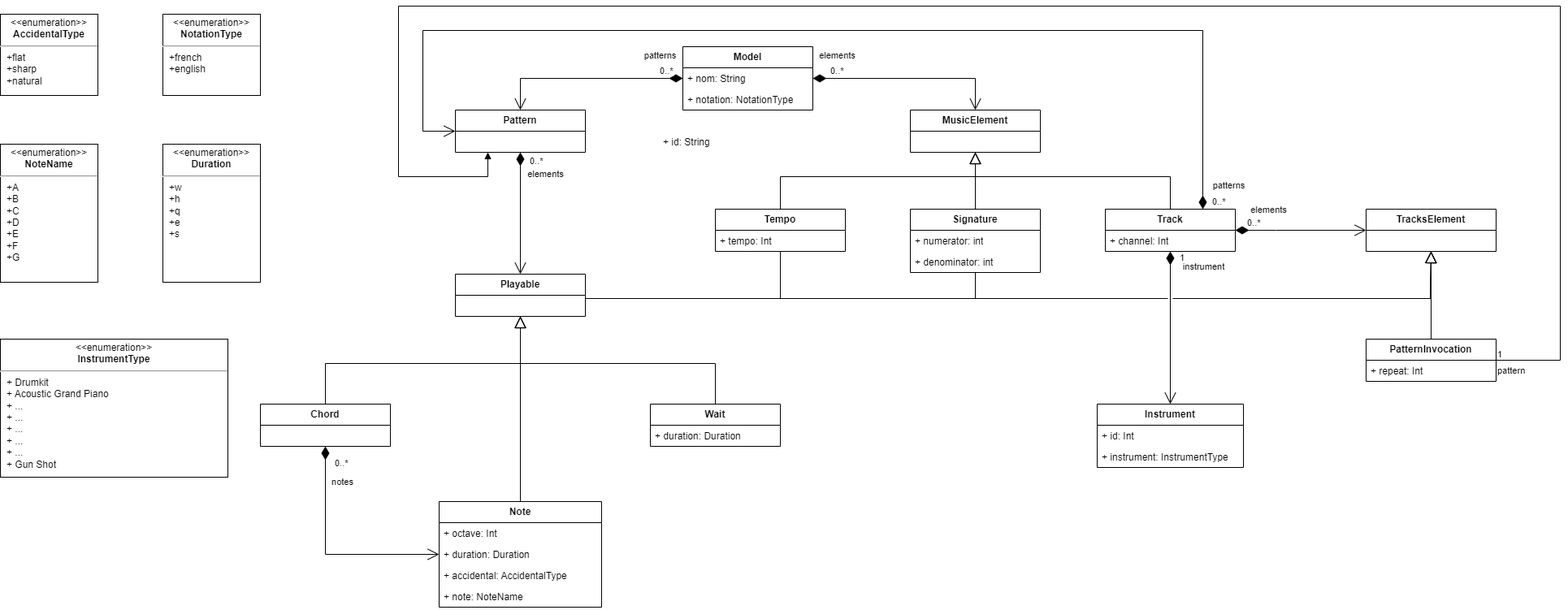
The draw.io diagram docs/domain_model.png in ThomasFarineau/pns-si5-dsl-lab2-desolation, before a commit. Source tidied: cells renumbered, new cells last; positions are measured from the earlier drawing's top-left corner, leaving out a move shared by most shapes.
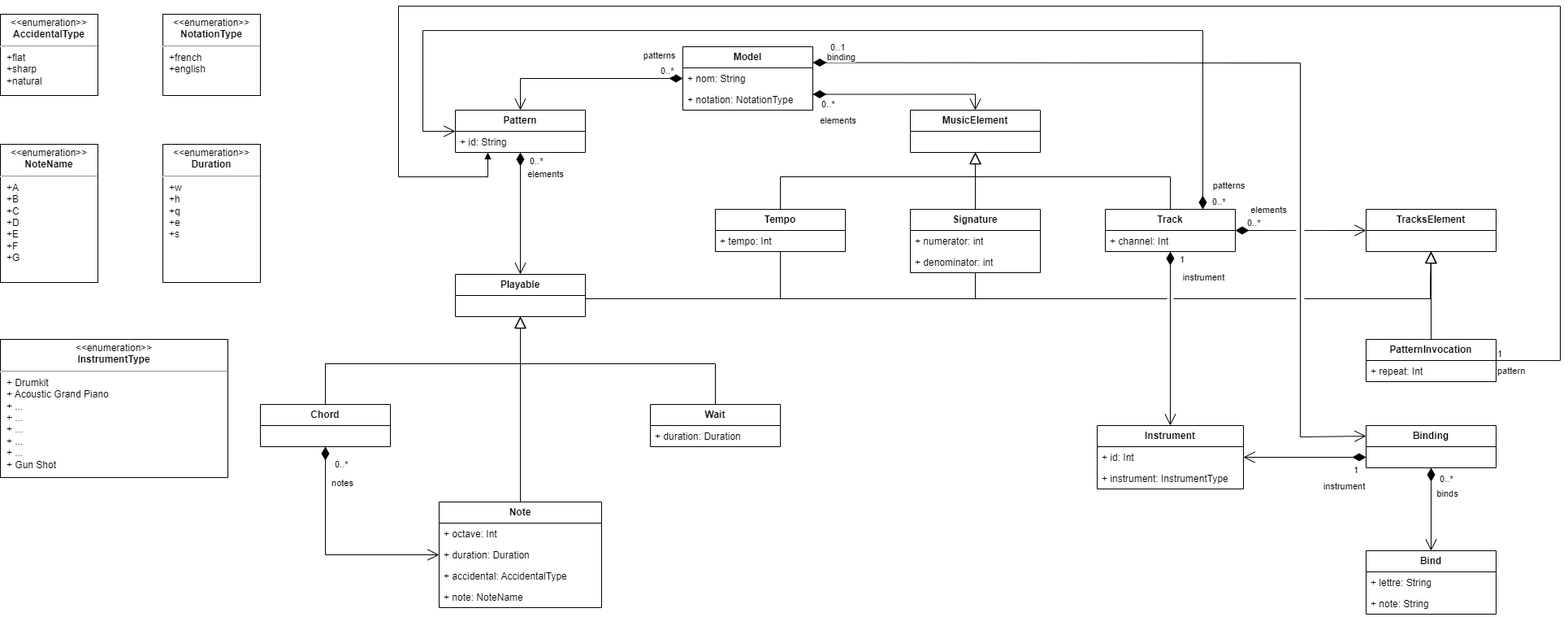
Later version of the same file.

What changed in the source:
```diff
@@ -2,6 +2,46 @@
   <root>
     <mxCell id="0" />
     <mxCell id="1" parent="0" />
+    <mxCell id="44" style="endArrow=block;endFill=0;endSize=12;html=1;rounded=0;entryX=0.5;entryY=1;entryDx=0;entryDy=0;" parent="1" edge="1" target="43">
+      <mxGeometry relative="1" as="geometry">
+        <mxPoint x="720" y="360" as="sourcePoint" />
+        <Array as="points">
+          <mxPoint x="1761" y="360" />
+        </Array>
+      </mxGeometry>
+    </mxCell>
+    <mxCell id="47" style="endArrow=block;endFill=0;endSize=12;html=1;rounded=0;entryX=0.5;entryY=1;entryDx=0;entryDy=0;exitX=0.5;exitY=1;exitDx=0;exitDy=0;" parent="1" edge="1" source="33" target="43">
+      <mxGeometry relative="1" as="geometry">
+        <Array as="points">
+          <mxPoint x="1200" y="360" />
+          <mxPoint x="1760" y="360" />
+        </Array>
+      </mxGeometry>
+    </mxCell>
+    <mxCell id="48" style="endArrow=block;endFill=0;endSize=12;html=1;rounded=0;entryX=0.5;entryY=1;entryDx=0;entryDy=0;exitX=0.5;exitY=1;exitDx=0;exitDy=0;" parent="1" edge="1" source="31" target="43">
+      <mxGeometry relative="1" as="geometry">
+        <Array as="points">
+          <mxPoint x="960" y="360" />
+          <mxPoint x="1760" y="360" />
+        </Array>
+      </mxGeometry>
+    </mxCell>
+    <mxCell id="45" value="0..*" style="endArrow=open;html=1;endSize=12;startArrow=diamondThin;startSize=14;startFill=1;edgeStyle=orthogonalEdgeStyle;align=left;verticalAlign=bottom;rounded=0;exitX=1;exitY=0.5;exitDx=0;exitDy=0;entryX=0;entryY=0.5;entryDx=0;entryDy=0;" parent="1" edge="1" source="36" target="43">
+      <mxGeometry x="-0.83" relative="1" as="geometry">
+        <Array as="points">
+          <mxPoint x="1570" y="276" />
+          <mxPoint x="1570" y="276" />
+        </Array>
+      </mxGeometry>
+    </mxCell>
+    <mxCell id="46" value="elements" style="edgeLabel;html=1;align=center;verticalAlign=middle;" parent="45" vertex="1">
+      <mxGeometry relative="1" as="geometry">
+        <mxPoint x="-40" y="-26" as="offset" />
+      </mxGeometry>
+    </mxCell>
+    <mxCell id="62" style="rounded=0;whiteSpace=wrap;html=1;strokeColor=none;" parent="1" vertex="1">
+      <mxGeometry x="1595" y="170" width="10" height="220" as="geometry" />
+    </mxCell>
     <mxCell id="2" value="&lt;b&gt;Model&lt;/b&gt;" style="swimlane;fontStyle=0;horizontal=1;startSize=26;fillColor=none;whiteSpace=wrap;html=1;" parent="1" vertex="1">
       <mxGeometry x="840" y="50" width="160" height="78" as="geometry" />
     </mxCell>
@@ -22,22 +62,26 @@
     <mxCell id="7" value="&lt;b&gt;Pattern&lt;/b&gt;" style="swimlane;fontStyle=0;horizontal=1;startSize=26;fillColor=none;whiteSpace=wrap;html=1;" parent="1" vertex="1">
       <mxGeometry x="560" y="128" width="160" height="52" as="geometry" />
     </mxCell>
+    <mxCell id="54" value="+ id: String" style="text;strokeColor=none;fillColor=none;align=left;verticalAlign=top;spacingLeft=4;spacingRight=4;overflow=hidden;whiteSpace=wrap;html=1;" parent="7" vertex="1">
+      <mxGeometry y="26" width="160" height="26" as="geometry" />
+    </mxCell>
     <mxCell id="8" value="&lt;p style=&quot;margin:0px;margin-top:4px;text-align:center;&quot;&gt;&amp;lt;&amp;lt;enumeration&amp;gt;&amp;gt;&lt;br&gt;&lt;b&gt;NotationType&lt;/b&gt;&lt;/p&gt;&lt;hr&gt;&lt;p style=&quot;margin:0px;margin-left:8px;text-align:left;&quot;&gt;+french&lt;/p&gt;&lt;p style=&quot;margin:0px;margin-left:8px;text-align:left;&quot;&gt;+english&lt;/p&gt;" style="shape=rect;html=1;overflow=fill;whiteSpace=wrap;" parent="1" vertex="1">
       <mxGeometry x="200" y="10" width="120" height="100" as="geometry" />
     </mxCell>
     <mxCell id="9" value="&lt;b&gt;MusicElement&lt;/b&gt;" style="swimlane;fontStyle=0;horizontal=1;startSize=26;fillColor=none;whiteSpace=wrap;html=1;" parent="1" vertex="1">
       <mxGeometry x="1120" y="128" width="160" height="52" as="geometry" />
     </mxCell>
-    <mxCell id="10" value="0..*" style="endArrow=open;html=1;endSize=12;startArrow=diamondThin;startSize=14;startFill=1;edgeStyle=orthogonalEdgeStyle;align=left;verticalAlign=bottom;rounded=0;exitX=1;exitY=0.5;exitDx=0;exitDy=0;entryX=0.5;entryY=0;entryDx=0;entryDy=0;" parent="1" edge="1" source="2" target="9">
-      <mxGeometry x="-0.83" relative="1" as="geometry">
+    <mxCell id="10" value="0..*" style="endArrow=open;html=1;endSize=12;startArrow=diamondThin;startSize=14;startFill=1;edgeStyle=orthogonalEdgeStyle;align=left;verticalAlign=bottom;rounded=0;entryX=0.5;entryY=0;entryDx=0;entryDy=0;exitX=1;exitY=0.75;exitDx=0;exitDy=0;" parent="1" edge="1" source="2" target="9">
+      <mxGeometry x="-0.91" y="-21" relative="1" as="geometry">
         <Array as="points">
-          <mxPoint x="1200" y="89" />
+          <mxPoint x="1200" y="109" />
         </Array>
+        <mxPoint y="1" as="offset" />
       </mxGeometry>
     </mxCell>
     <mxCell id="11" value="elements" style="edgeLabel;html=1;align=center;verticalAlign=middle;" parent="10" vertex="1">
       <mxGeometry relative="1" as="geometry">
-        <mxPoint x="-89" y="-29" as="offset" />
+        <mxPoint x="-79" y="32" as="offset" />
       </mxGeometry>
     </mxCell>
     <mxCell id="12" value="&lt;b&gt;Playable&lt;/b&gt;" style="swimlane;fontStyle=0;horizontal=1;startSize=26;fillColor=none;whiteSpace=wrap;html=1;" parent="1" vertex="1">
@@ -168,43 +212,6 @@
     <mxCell id="43" value="&lt;b&gt;TracksElement&lt;/b&gt;" style="swimlane;fontStyle=0;horizontal=1;startSize=26;fillColor=none;whiteSpace=wrap;html=1;" parent="1" vertex="1">
       <mxGeometry x="1681" y="250" width="160" height="52" as="geometry" />
     </mxCell>
-    <mxCell id="44" style="endArrow=block;endFill=0;endSize=12;html=1;rounded=0;entryX=0.5;entryY=1;entryDx=0;entryDy=0;" parent="1" edge="1" target="43">
-      <mxGeometry relative="1" as="geometry">
-        <mxPoint x="720" y="360" as="sourcePoint" />
-        <Array as="points">
-          <mxPoint x="1761" y="360" />
-        </Array>
-      </mxGeometry>
-    </mxCell>
-    <mxCell id="45" value="0..*" style="endArrow=open;html=1;endSize=12;startArrow=diamondThin;startSize=14;startFill=1;edgeStyle=orthogonalEdgeStyle;align=left;verticalAlign=bottom;rounded=0;exitX=1;exitY=0.5;exitDx=0;exitDy=0;entryX=0;entryY=0.5;entryDx=0;entryDy=0;" parent="1" edge="1" source="36" target="43">
-      <mxGeometry x="-0.83" relative="1" as="geometry">
-        <Array as="points">
-          <mxPoint x="1570" y="276" />
-          <mxPoint x="1570" y="276" />
-        </Array>
-      </mxGeometry>
-    </mxCell>
-    <mxCell id="46" value="elements" style="edgeLabel;html=1;align=center;verticalAlign=middle;" parent="45" vertex="1">
-      <mxGeometry relative="1" as="geometry">
-        <mxPoint x="-40" y="-26" as="offset" />
-      </mxGeometry>
-    </mxCell>
-    <mxCell id="47" style="endArrow=block;endFill=0;endSize=12;html=1;rounded=0;entryX=0.5;entryY=1;entryDx=0;entryDy=0;exitX=0.5;exitY=1;exitDx=0;exitDy=0;" parent="1" edge="1" source="33" target="43">
-      <mxGeometry relative="1" as="geometry">
-        <Array as="points">
-          <mxPoint x="1200" y="360" />
-          <mxPoint x="1760" y="360" />
-        </Array>
-      </mxGeometry>
-    </mxCell>
-    <mxCell id="48" style="endArrow=block;endFill=0;endSize=12;html=1;rounded=0;entryX=0.5;entryY=1;entryDx=0;entryDy=0;exitX=0.5;exitY=1;exitDx=0;exitDy=0;" parent="1" edge="1" source="31" target="43">
-      <mxGeometry relative="1" as="geometry">
-        <Array as="points">
-          <mxPoint x="960" y="360" />
-          <mxPoint x="1760" y="360" />
-        </Array>
-      </mxGeometry>
-    </mxCell>
     <mxCell id="49" value="&lt;b&gt;PatternInvocation&lt;/b&gt;" style="swimlane;fontStyle=0;horizontal=1;startSize=26;fillColor=none;whiteSpace=wrap;html=1;" parent="1" vertex="1">
       <mxGeometry x="1681" y="410" width="160" height="52" as="geometry" />
     </mxCell>
@@ -228,11 +235,8 @@
     <mxCell id="53" value="1" style="edgeLabel;html=1;align=left;verticalAlign=bottom;" parent="52" vertex="1">
       <mxGeometry x="-1" relative="1" as="geometry" />
     </mxCell>
-    <mxCell id="54" value="+ id: String" style="text;strokeColor=none;fillColor=none;align=left;verticalAlign=top;spacingLeft=4;spacingRight=4;overflow=hidden;whiteSpace=wrap;html=1;" parent="1" vertex="1">
-      <mxGeometry x="810" y="154" width="160" height="26" as="geometry" />
-    </mxCell>
     <mxCell id="55" value="&lt;b&gt;Instrument&lt;/b&gt;" style="swimlane;fontStyle=0;horizontal=1;startSize=26;fillColor=none;whiteSpace=wrap;html=1;" parent="1" vertex="1">
-      <mxGeometry x="1350" y="490" width="180" height="78" as="geometry" />
+      <mxGeometry x="1350" y="516" width="180" height="78" as="geometry" />
     </mxCell>
     <mxCell id="56" value="+ id: Int&lt;br&gt;" style="text;strokeColor=none;fillColor=none;align=left;verticalAlign=top;spacingLeft=4;spacingRight=4;overflow=hidden;whiteSpace=wrap;html=1;" parent="55" vertex="1">
       <mxGeometry y="26" width="180" height="26" as="geometry" />
@@ -244,7 +248,7 @@
       <mxGeometry y="410" width="280" height="170" as="geometry" />
     </mxCell>
     <mxCell id="59" style="rounded=0;whiteSpace=wrap;html=1;strokeColor=none;" parent="1" vertex="1">
-      <mxGeometry x="1437" y="330" width="6" height="60" as="geometry" />
+      <mxGeometry x="1436" y="330" width="8" height="60" as="geometry" />
     </mxCell>
     <mxCell id="60" value="1" style="endArrow=open;html=1;endSize=12;startArrow=diamondThin;startSize=14;startFill=1;edgeStyle=orthogonalEdgeStyle;align=left;verticalAlign=bottom;rounded=0;exitX=0.5;exitY=1;exitDx=0;exitDy=0;entryX=0.5;entryY=0;entryDx=0;entryDy=0;strokeColor=#000000;" parent="1" edge="1" source="36" target="55">
       <mxGeometry x="-0.83" y="10" relative="1" as="geometry" />
@@ -254,5 +258,46 @@
         <mxPoint x="40" y="-75" as="offset" />
       </mxGeometry>
     </mxCell>
+    <mxCell id="63" value="0..1" style="endArrow=open;html=1;endSize=12;startArrow=diamondThin;startSize=14;startFill=1;align=left;verticalAlign=bottom;rounded=0;exitX=1;exitY=0.25;exitDx=0;exitDy=0;entryX=0;entryY=0.25;entryDx=0;entryDy=0;" parent="1" edge="1" source="2" target="65">
+      <mxGeometry x="-0.97" y="10" relative="1" as="geometry">
+        <Array as="points">
+          <mxPoint x="1600" y="70" />
+          <mxPoint x="1600" y="530" />
+        </Array>
+      </mxGeometry>
+    </mxCell>
+    <mxCell id="64" value="binding" style="edgeLabel;html=1;align=center;verticalAlign=middle;" parent="63" vertex="1">
+      <mxGeometry relative="1" as="geometry">
+        <mxPoint x="-534" y="-8" as="offset" />
+      </mxGeometry>
+    </mxCell>
+    <mxCell id="65" value="&lt;b&gt;Binding&lt;/b&gt;" style="swimlane;fontStyle=0;horizontal=1;startSize=26;fillColor=none;whiteSpace=wrap;html=1;" parent="1" vertex="1">
+      <mxGeometry x="1681" y="516" width="160" height="52" as="geometry" />
+    </mxCell>
+    <mxCell id="66" value="1" style="endArrow=open;html=1;endSize=12;startArrow=diamondThin;startSize=14;startFill=1;align=left;verticalAlign=bottom;rounded=0;exitX=0;exitY=0.75;exitDx=0;exitDy=0;strokeColor=#000000;entryX=1;entryY=0.5;entryDx=0;entryDy=0;" parent="1" edge="1" source="65" target="55">
+      <mxGeometry x="-0.76" y="25" relative="1" as="geometry" />
+    </mxCell>
+    <mxCell id="67" value="instrument" style="edgeLabel;html=1;align=center;verticalAlign=middle;" parent="66" vertex="1">
+      <mxGeometry relative="1" as="geometry">
+        <mxPoint x="47" y="35" as="offset" />
+      </mxGeometry>
+    </mxCell>
+    <mxCell id="68" value="&lt;b&gt;Bind&lt;/b&gt;" style="swimlane;fontStyle=0;horizontal=1;startSize=26;fillColor=none;whiteSpace=wrap;html=1;" parent="1" vertex="1">
+      <mxGeometry x="1681" y="670" width="160" height="78" as="geometry" />
+    </mxCell>
+    <mxCell id="69" value="+ lettre: String" style="text;strokeColor=none;fillColor=none;align=left;verticalAlign=top;spacingLeft=4;spacingRight=4;overflow=hidden;whiteSpace=wrap;html=1;" parent="68" vertex="1">
+      <mxGeometry y="26" width="160" height="26" as="geometry" />
+    </mxCell>
+    <mxCell id="70" value="+ note: String" style="text;strokeColor=none;fillColor=none;align=left;verticalAlign=top;spacingLeft=4;spacingRight=4;overflow=hidden;whiteSpace=wrap;html=1;" parent="68" vertex="1">
+      <mxGeometry y="52" width="160" height="26" as="geometry" />
+    </mxCell>
+    <mxCell id="71" value="0..*" style="endArrow=open;html=1;endSize=12;startArrow=diamondThin;startSize=14;startFill=1;edgeStyle=orthogonalEdgeStyle;align=left;verticalAlign=bottom;rounded=0;exitX=0.5;exitY=1;exitDx=0;exitDy=0;entryX=0.5;entryY=0;entryDx=0;entryDy=0;" parent="1" edge="1" source="65" target="68">
+      <mxGeometry x="-0.57" y="9" relative="1" as="geometry" />
+    </mxCell>
+    <mxCell id="72" value="binds&lt;br&gt;" style="edgeLabel;html=1;align=center;verticalAlign=middle;" parent="71" vertex="1">
+      <mxGeometry relative="1" as="geometry">
+        <mxPoint x="19" y="-19" as="offset" />
+      </mxGeometry>
+    </mxCell>
   </root>
 </mxGraphModel>
```
